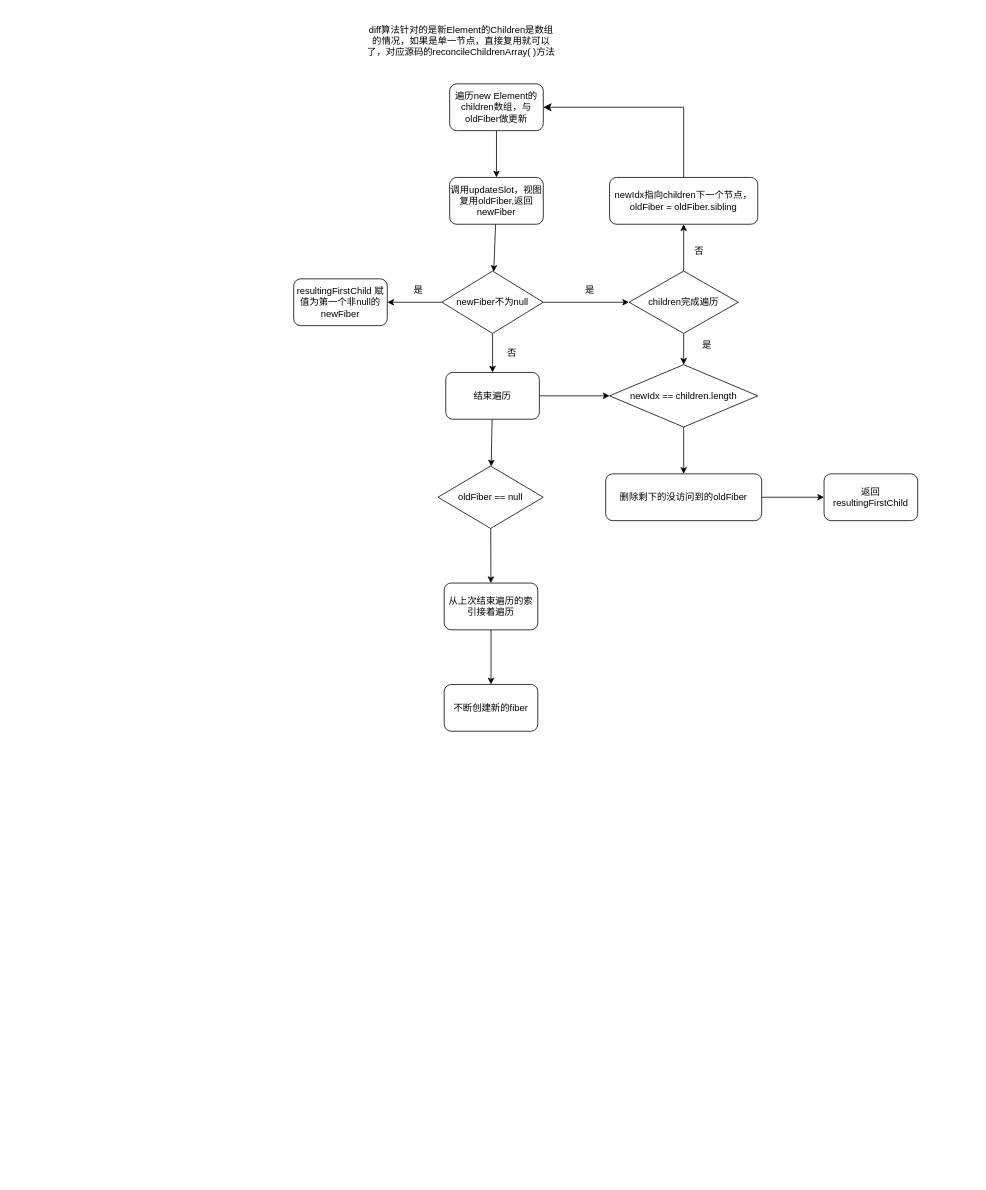
Earlier version of the draw.io diagram React/diff/4.diff算法.drawio (YoungMandy/Web-Front). Source tidied: cells renumbered, new cells numbered last; positions are measured from the earlier drawing's top-left corner, leaving out a move shared by most shapes. Both pictures are drawn from the tidied source at 78%, with x=0, y=0 at pixel (293, 13).
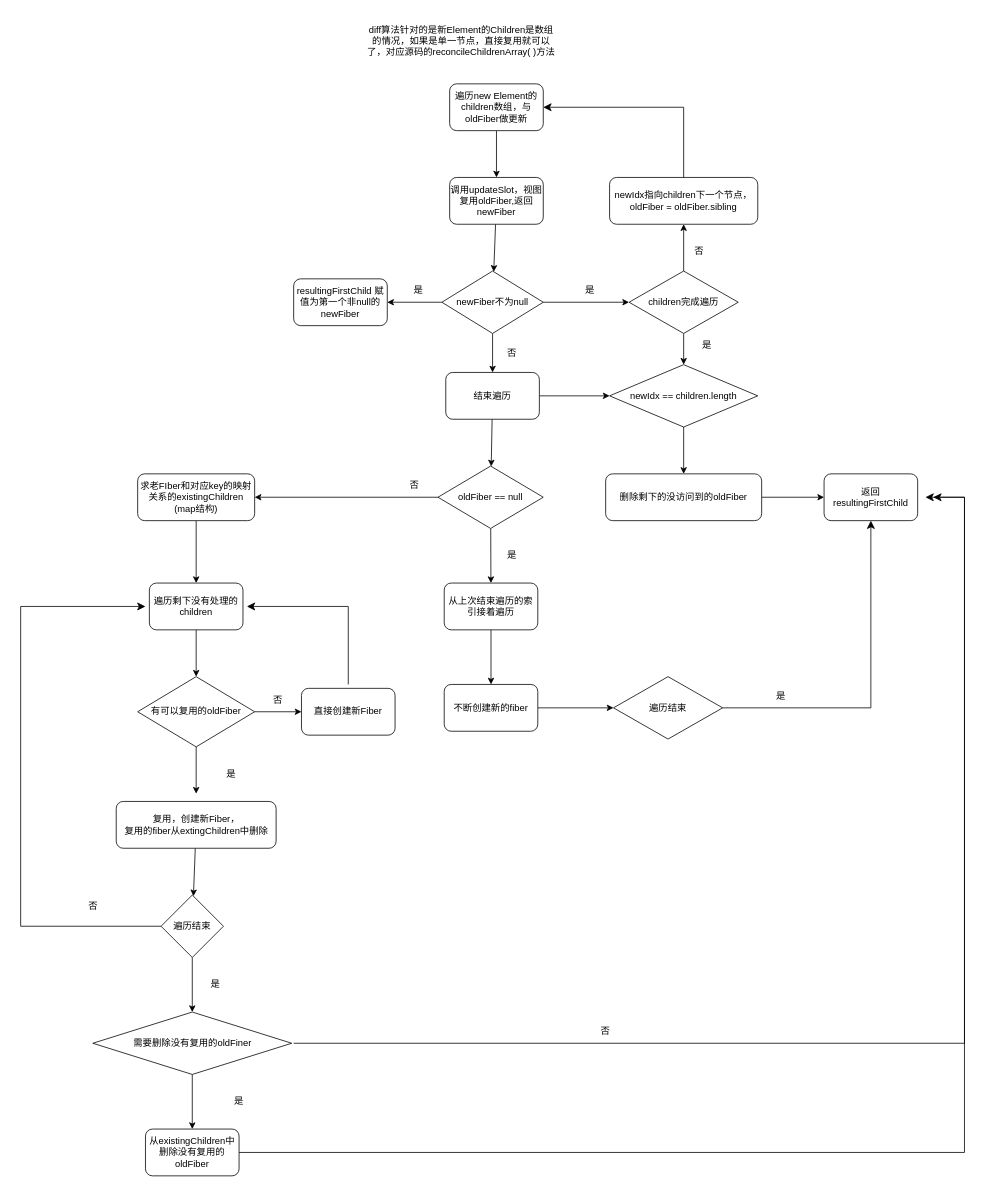
Above is the later version.

Unchanged cells that the change refers to:
```xml
<mxCell id="29" value="返回resultingFirstChild" style="rounded=1;whiteSpace=wrap;html=1;" parent="1" vertex="1">
  <mxGeometry x="680" y="590" width="120" height="60" as="geometry" />
</mxCell>
<mxCell id="31" value="oldFiber == null" style="rhombus;whiteSpace=wrap;html=1;" parent="1" vertex="1">
  <mxGeometry x="185" y="580" width="135" height="80" as="geometry" />
</mxCell>
<mxCell id="34" value="不断创建新的fiber" style="rounded=1;whiteSpace=wrap;html=1;" parent="1" vertex="1">
  <mxGeometry x="193" y="860" width="120" height="60" as="geometry" />
</mxCell>
```

Change to the diagram source:
```diff
@@
+    <mxCell id="35" style="edgeStyle=none;html=1;" parent="1" edge="1" source="31" target="42">
+      <mxGeometry relative="1" as="geometry" />
+    </mxCell>
@@
+    <mxCell id="36" style="edgeStyle=none;html=1;" parent="1" edge="1" source="34" target="37">
+      <mxGeometry relative="1" as="geometry" />
+    </mxCell>
@@
+    <mxCell id="37" value="遍历结束" style="rhombus;whiteSpace=wrap;html=1;" parent="1" vertex="1">
+      <mxGeometry x="410" y="850" width="140" height="80" as="geometry" />
+    </mxCell>
+    <mxCell id="38" style="edgeStyle=elbowEdgeStyle;elbow=vertical;endArrow=classic;html=1;curved=0;rounded=0;endSize=8;startSize=8;entryX=0.5;entryY=1;entryDx=0;entryDy=0;" parent="1" edge="1" target="29">
+      <mxGeometry relative="1" as="geometry">
+        <mxPoint x="550" y="890" as="sourcePoint" />
+        <Array as="points">
+          <mxPoint x="650" y="890" />
+        </Array>
+      </mxGeometry>
+    </mxCell>
+    <mxCell id="39" value="是" style="text;html=1;strokeColor=none;fillColor=none;align=center;verticalAlign=middle;whiteSpace=wrap;rounded=0;" parent="1" vertex="1">
+      <mxGeometry x="595" y="860" width="60" height="30" as="geometry" />
+    </mxCell>
+    <mxCell id="40" value="是" style="text;html=1;strokeColor=none;fillColor=none;align=center;verticalAlign=middle;whiteSpace=wrap;rounded=0;" parent="1" vertex="1">
+      <mxGeometry x="250" y="680" width="60" height="30" as="geometry" />
+    </mxCell>
+    <mxCell id="41" style="edgeStyle=none;html=1;" parent="1" edge="1" source="42" target="45">
+      <mxGeometry relative="1" as="geometry" />
+    </mxCell>
+    <mxCell id="42" value="求老FIber和对应key的映射关系的existingChildren (map结构)" style="rounded=1;whiteSpace=wrap;html=1;" parent="1" vertex="1">
+      <mxGeometry x="-200" y="590" width="150" height="60" as="geometry" />
+    </mxCell>
+    <mxCell id="43" value="否" style="text;html=1;strokeColor=none;fillColor=none;align=center;verticalAlign=middle;whiteSpace=wrap;rounded=0;" parent="1" vertex="1">
+      <mxGeometry x="125" y="590" width="60" height="30" as="geometry" />
+    </mxCell>
+    <mxCell id="44" style="edgeStyle=none;html=1;" parent="1" edge="1" source="45" target="48">
+      <mxGeometry relative="1" as="geometry" />
+    </mxCell>
+    <mxCell id="45" value="遍历剩下没有处理的children" style="rounded=1;whiteSpace=wrap;html=1;" parent="1" vertex="1">
+      <mxGeometry x="-185" y="730" width="120" height="60" as="geometry" />
+    </mxCell>
+    <mxCell id="46" style="edgeStyle=none;html=1;" parent="1" edge="1" source="48">
+      <mxGeometry relative="1" as="geometry">
+        <mxPoint x="-125" y="1000" as="targetPoint" />
+      </mxGeometry>
+    </mxCell>
+    <mxCell id="47" style="edgeStyle=none;html=1;" parent="1" edge="1" source="48" target="51">
+      <mxGeometry relative="1" as="geometry" />
+    </mxCell>
+    <mxCell id="48" value="有可以复用的oldFiber" style="rhombus;whiteSpace=wrap;html=1;" parent="1" vertex="1">
+      <mxGeometry x="-200" y="850" width="150" height="90" as="geometry" />
+    </mxCell>
+    <mxCell id="49" style="edgeStyle=none;html=1;" parent="1" edge="1" source="50" target="56">
+      <mxGeometry relative="1" as="geometry" />
+    </mxCell>
+    <mxCell id="50" value="复用，创建新Fiber，&lt;br&gt;复用的fiber从extingChildren中删除" style="rounded=1;whiteSpace=wrap;html=1;" parent="1" vertex="1">
+      <mxGeometry x="-227.5" y="1010" width="205" height="60" as="geometry" />
+    </mxCell>
+    <mxCell id="51" value="直接创建新Fiber" style="rounded=1;whiteSpace=wrap;html=1;" parent="1" vertex="1">
+      <mxGeometry x="10" y="865" width="120" height="60" as="geometry" />
+    </mxCell>
+    <mxCell id="52" value="是" style="text;html=1;strokeColor=none;fillColor=none;align=center;verticalAlign=middle;whiteSpace=wrap;rounded=0;" parent="1" vertex="1">
+      <mxGeometry x="-110" y="960" width="60" height="30" as="geometry" />
+    </mxCell>
+    <mxCell id="53" value="否" style="text;html=1;strokeColor=none;fillColor=none;align=center;verticalAlign=middle;whiteSpace=wrap;rounded=0;" parent="1" vertex="1">
+      <mxGeometry x="-50" y="865" width="60" height="30" as="geometry" />
+    </mxCell>
+    <mxCell id="54" style="edgeStyle=elbowEdgeStyle;elbow=vertical;endArrow=classic;html=1;curved=0;rounded=0;endSize=8;startSize=8;" parent="1" edge="1">
+      <mxGeometry relative="1" as="geometry">
+        <mxPoint x="70" y="860" as="sourcePoint" />
+        <mxPoint x="-60" y="760" as="targetPoint" />
+        <Array as="points">
+          <mxPoint x="30" y="760" />
+        </Array>
+      </mxGeometry>
+    </mxCell>
+    <mxCell id="55" style="edgeStyle=none;html=1;" parent="1" edge="1" source="56" target="60">
+      <mxGeometry relative="1" as="geometry" />
+    </mxCell>
+    <mxCell id="56" value="遍历结束" style="rhombus;whiteSpace=wrap;html=1;" parent="1" vertex="1">
+      <mxGeometry x="-170" y="1130" width="80" height="80" as="geometry" />
+    </mxCell>
+    <mxCell id="57" style="edgeStyle=elbowEdgeStyle;elbow=horizontal;endArrow=classic;html=1;curved=0;rounded=0;endSize=8;startSize=8;exitX=0;exitY=0.5;exitDx=0;exitDy=0;" parent="1" edge="1" source="56">
+      <mxGeometry relative="1" as="geometry">
+        <mxPoint x="-190" y="760" as="targetPoint" />
+        <Array as="points">
+          <mxPoint x="-350" y="920" />
+        </Array>
+      </mxGeometry>
+    </mxCell>
+    <mxCell id="58" value="否" style="text;html=1;strokeColor=none;fillColor=none;align=center;verticalAlign=middle;whiteSpace=wrap;rounded=0;" parent="1" vertex="1">
+      <mxGeometry x="-287" y="1130" width="60" height="30" as="geometry" />
+    </mxCell>
+    <mxCell id="59" style="edgeStyle=none;html=1;" parent="1" edge="1" source="60" target="61">
+      <mxGeometry relative="1" as="geometry" />
+    </mxCell>
+    <mxCell id="60" value="需要删除没有复用的oldFiner" style="rhombus;whiteSpace=wrap;html=1;" parent="1" vertex="1">
+      <mxGeometry x="-257.5" y="1280" width="255" height="80" as="geometry" />
+    </mxCell>
+    <mxCell id="61" value="从existingChildren中删除没有复用的oldFiber" style="rounded=1;whiteSpace=wrap;html=1;" parent="1" vertex="1">
+      <mxGeometry x="-190" y="1430" width="120" height="60" as="geometry" />
+    </mxCell>
+    <mxCell id="62" value="是" style="text;html=1;strokeColor=none;fillColor=none;align=center;verticalAlign=middle;whiteSpace=wrap;rounded=0;" parent="1" vertex="1">
+      <mxGeometry x="-100" y="1380" width="60" height="30" as="geometry" />
+    </mxCell>
+    <mxCell id="63" value="是" style="text;html=1;strokeColor=none;fillColor=none;align=center;verticalAlign=middle;whiteSpace=wrap;rounded=0;" parent="1" vertex="1">
+      <mxGeometry x="-130" y="1230" width="60" height="30" as="geometry" />
+    </mxCell>
+    <mxCell id="64" style="edgeStyle=elbowEdgeStyle;elbow=horizontal;endArrow=classic;html=1;curved=0;rounded=0;endSize=8;startSize=8;" parent="1" edge="1">
+      <mxGeometry relative="1" as="geometry">
+        <mxPoint y="1320" as="sourcePoint" />
+        <mxPoint x="810" y="620" as="targetPoint" />
+        <Array as="points">
+          <mxPoint x="860" y="1190" />
+        </Array>
+      </mxGeometry>
+    </mxCell>
+    <mxCell id="65" value="否" style="text;html=1;strokeColor=none;fillColor=none;align=center;verticalAlign=middle;whiteSpace=wrap;rounded=0;" parent="1" vertex="1">
+      <mxGeometry x="370" y="1290" width="60" height="30" as="geometry" />
+    </mxCell>
+    <mxCell id="66" style="edgeStyle=elbowEdgeStyle;elbow=horizontal;endArrow=classic;html=1;curved=0;rounded=0;endSize=8;startSize=8;" parent="1" edge="1">
+      <mxGeometry relative="1" as="geometry">
+        <mxPoint x="-70" y="1460" as="sourcePoint" />
+        <mxPoint x="820" y="620" as="targetPoint" />
+        <Array as="points">
+          <mxPoint x="860" y="1190" />
+        </Array>
+      </mxGeometry>
+    </mxCell>
```
